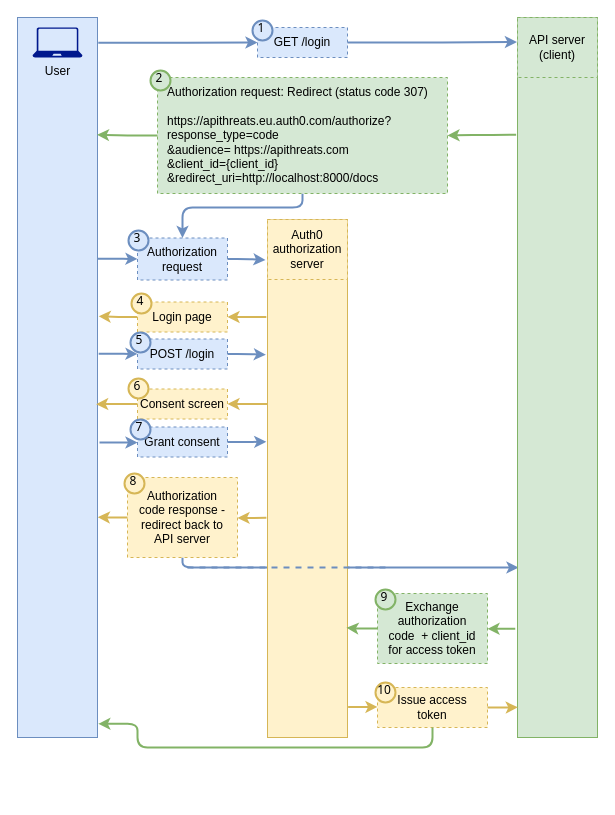
Earlier version of the draw.io diagram page "Page-7" (7 of 7) of ch08.drawio (abunuwas/api-sec-book-imgs). Source tidied: cells renumbered, new cells numbered last; positions are measured from the earlier drawing's top-left corner, leaving out a move shared by most shapes. Both pictures are drawn from the tidied source at 100%, with x=0, y=0 at pixel (17, 17).
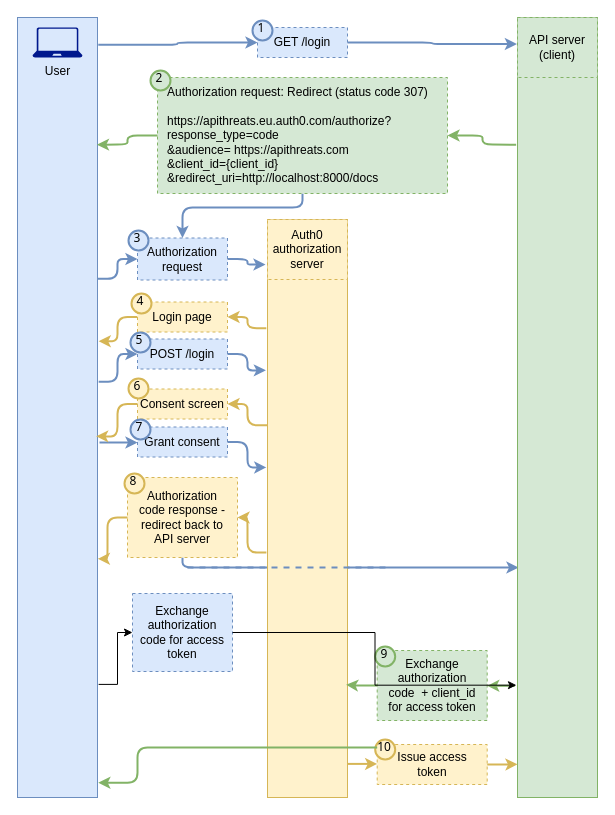
After the change.

What changed in the source:
```diff
@@
-    <mxCell id="6" style="edgeStyle=orthogonalEdgeStyle;rounded=1;jettySize=auto;html=1;entryX=0;entryY=0.5;entryDx=0;entryDy=0;exitX=1.008;exitY=0.941;exitDx=0;exitDy=0;exitPerimeter=0;fillColor=#fff2cc;strokeColor=#d6b656;curved=0;strokeWidth=2;" parent="1" edge="1" source="7" target="43">
-      <mxGeometry relative="1" as="geometry" />
+    <mxCell id="6" style="edgeStyle=orthogonalEdgeStyle;rounded=1;jettySize=auto;html=1;entryX=0;entryY=0.5;entryDx=0;entryDy=0;exitX=1.008;exitY=0.941;exitDx=0;exitDy=0;exitPerimeter=0;fillColor=#fff2cc;strokeColor=#d6b656;curved=0;strokeWidth=2;" parent="1" edge="1" target="43">
+      <mxGeometry relative="1" as="geometry">
+        <mxPoint x="330.3" y="746.4" as="sourcePoint" />
+      </mxGeometry>
     </mxCell>
     <mxCell id="7" style="rounded=0;whiteSpace=wrap;html=1;fillColor=#fff2cc;strokeColor=#d6b656;" parent="1" vertex="1">
-      <mxGeometry x="250" y="202" width="80" height="518" as="geometry" />
+      <mxGeometry x="250" y="202" width="80" height="578" as="geometry" />
     </mxCell>
@@
+    <mxCell id="52" style="edgeStyle=orthogonalEdgeStyle;rounded=0;jettySize=auto;html=1;entryX=0;entryY=0.5;entryDx=0;entryDy=0;exitX=1.014;exitY=0.855;exitDx=0;exitDy=0;exitPerimeter=0;" parent="1" edge="1" source="11" target="53">
+      <mxGeometry relative="1" as="geometry" />
+    </mxCell>
     <mxCell id="11" style="rounded=0;whiteSpace=wrap;html=1;fillColor=#dae8fc;strokeColor=#6c8ebf;" parent="1" vertex="1">
-      <mxGeometry width="80" height="720" as="geometry" />
+      <mxGeometry width="80" height="780" as="geometry" />
     </mxCell>
-    <mxCell id="12" style="edgeStyle=orthogonalEdgeStyle;rounded=1;jettySize=auto;html=1;entryX=1;entryY=0.5;entryDx=0;entryDy=0;exitX=-0.028;exitY=0.849;exitDx=0;exitDy=0;exitPerimeter=0;fillColor=#d5e8d4;strokeColor=#82b366;curved=0;strokeWidth=2;" parent="1" edge="1" source="13" target="42">
-      <mxGeometry relative="1" as="geometry" />
+    <mxCell id="12" style="edgeStyle=orthogonalEdgeStyle;rounded=1;jettySize=auto;html=1;entryX=1;entryY=0.5;entryDx=0;entryDy=0;exitX=-0.028;exitY=0.849;exitDx=0;exitDy=0;exitPerimeter=0;fillColor=#d5e8d4;strokeColor=#82b366;curved=0;strokeWidth=2;" parent="1" edge="1" target="42">
+      <mxGeometry relative="1" as="geometry">
+        <mxPoint x="497.4" y="668.3" as="sourcePoint" />
+      </mxGeometry>
     </mxCell>
     <mxCell id="13" style="rounded=0;whiteSpace=wrap;html=1;fillColor=#d5e8d4;strokeColor=#82b366;" parent="1" vertex="1">
-      <mxGeometry x="500" width="80" height="720" as="geometry" />
+      <mxGeometry x="500" width="80" height="780" as="geometry" />
     </mxCell>
@@
     <mxCell id="42" value="Exchange authorization code&amp;nbsp; + client_id for access token" style="text;html=1;align=center;verticalAlign=middle;whiteSpace=wrap;rounded=0;strokeColor=#82b366;dashed=1;spacing=6;fillColor=#d5e8d4;" parent="1" vertex="1">
-      <mxGeometry x="360" y="576" width="110" height="70" as="geometry" />
+      <mxGeometry x="359.7" y="633" width="110" height="70" as="geometry" />
     </mxCell>
     <mxCell id="43" value="Issue access token" style="text;html=1;align=center;verticalAlign=middle;whiteSpace=wrap;rounded=0;strokeColor=#d6b656;dashed=1;spacing=6;fillColor=#fff2cc;" parent="1" vertex="1">
-      <mxGeometry x="360" y="670" width="110" height="40" as="geometry" />
+      <mxGeometry x="359.7" y="727" width="110" height="40" as="geometry" />
     </mxCell>
     <mxCell id="44" value="9" style="ellipse;whiteSpace=wrap;html=1;strokeWidth=2;fontFamily=Tahoma;spacingBottom=4;spacingRight=2;strokeColor=#82b366;fillColor=#d5e8d4;" parent="1" vertex="1">
-      <mxGeometry x="358" y="572" width="20" height="20" as="geometry" />
+      <mxGeometry x="357.7" y="629" width="20" height="20" as="geometry" />
     </mxCell>
     <mxCell id="45" value="10" style="ellipse;whiteSpace=wrap;html=1;strokeWidth=2;fontFamily=Tahoma;spacingBottom=4;spacingRight=2;strokeColor=#d6b656;fillColor=#fff2cc;" parent="1" vertex="1">
-      <mxGeometry x="358" y="665" width="20" height="20" as="geometry" />
+      <mxGeometry x="357.7" y="722" width="20" height="20" as="geometry" />
     </mxCell>
-    <mxCell id="46" style="edgeStyle=orthogonalEdgeStyle;rounded=1;jettySize=auto;html=1;entryX=0.987;entryY=0.788;entryDx=0;entryDy=0;entryPerimeter=0;fillColor=#d5e8d4;strokeColor=#82b366;curved=0;strokeWidth=2;" parent="1" edge="1" source="42" target="7">
-      <mxGeometry relative="1" as="geometry" />
+    <mxCell id="46" style="edgeStyle=orthogonalEdgeStyle;rounded=1;jettySize=auto;html=1;entryX=0.987;entryY=0.788;entryDx=0;entryDy=0;entryPerimeter=0;fillColor=#d5e8d4;strokeColor=#82b366;curved=0;strokeWidth=2;" parent="1" edge="1" source="42">
+      <mxGeometry relative="1" as="geometry">
+        <mxPoint x="328.6" y="667.2" as="targetPoint" />
+      </mxGeometry>
     </mxCell>
-    <mxCell id="47" style="edgeStyle=orthogonalEdgeStyle;rounded=1;jettySize=auto;html=1;entryX=0.004;entryY=0.958;entryDx=0;entryDy=0;entryPerimeter=0;fillColor=#fff2cc;strokeColor=#d6b656;curved=0;strokeWidth=2;" parent="1" edge="1" source="43" target="13">
-      <mxGeometry relative="1" as="geometry" />
+    <mxCell id="47" style="edgeStyle=orthogonalEdgeStyle;rounded=1;jettySize=auto;html=1;entryX=0.004;entryY=0.958;entryDx=0;entryDy=0;entryPerimeter=0;fillColor=#fff2cc;strokeColor=#d6b656;curved=0;strokeWidth=2;" parent="1" edge="1" source="43">
+      <mxGeometry relative="1" as="geometry">
+        <mxPoint x="500" y="746.8" as="targetPoint" />
+      </mxGeometry>
     </mxCell>
@@
+    <mxCell id="53" value="Exchange authorization code for access token" style="text;html=1;align=center;verticalAlign=middle;whiteSpace=wrap;rounded=0;strokeColor=#6c8ebf;dashed=1;fillColor=#dae8fc;" parent="1" vertex="1">
+      <mxGeometry x="115" y="576" width="100" height="78" as="geometry" />
+    </mxCell>
+    <mxCell id="54" style="edgeStyle=orthogonalEdgeStyle;rounded=0;jettySize=auto;html=1;entryX=-0.013;entryY=0.856;entryDx=0;entryDy=0;entryPerimeter=0;" parent="1" edge="1" source="53" target="13">
+      <mxGeometry relative="1" as="geometry" />
+    </mxCell>
```
